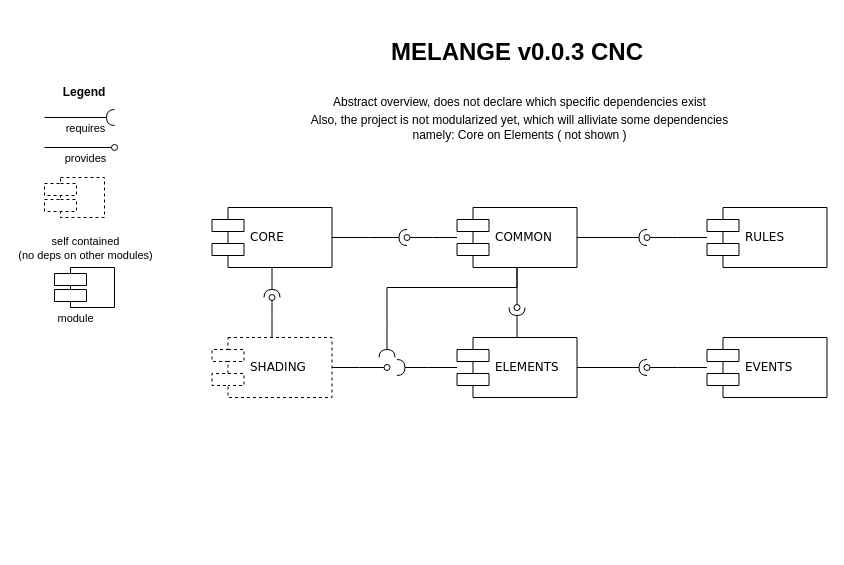
GustavBW/MELANGE keeps this draw.io diagram as documentation/melange-modules-cnc.drawio. Above is the earlier version. Source tidied: cells renumbered, new cells numbered last; positions are measured from the earlier drawing's top-left corner, leaving out a move shared by most shapes. Both pictures are drawn from the tidied source at 100%, with x=0, y=0 at pixel (44, 17).
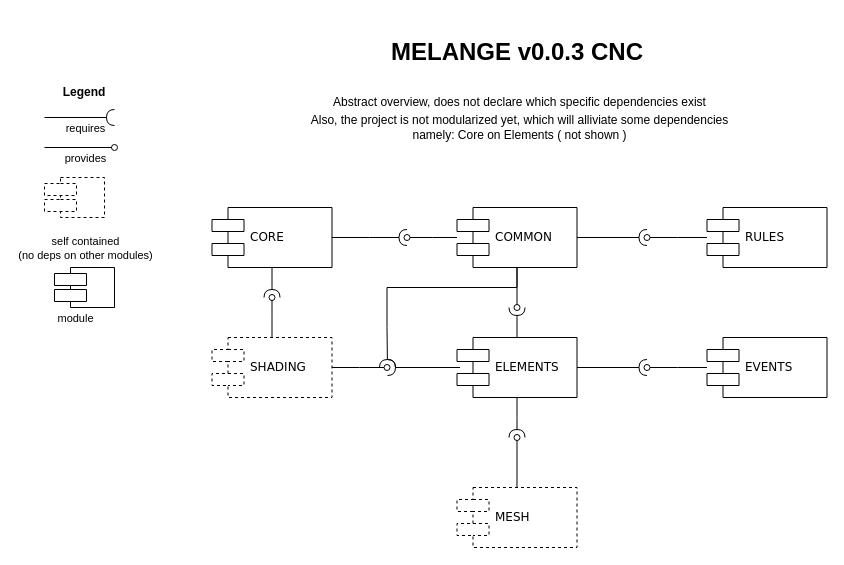
The same page after the edit.

The change refers to these unchanged cells:
```xml
<mxCell id="11" value="COMMON" style="shape=component;align=left;spacingLeft=36;rounded=0;shadow=0;comic=0;labelBackgroundColor=none;strokeWidth=1;fontFamily=Verdana;fontSize=12;html=1;" parent="1" vertex="1">
  <mxGeometry x="412.5" y="190" width="120" height="60" as="geometry" />
</mxCell>
<mxCell id="15" value="ELEMENTS" style="shape=component;align=left;spacingLeft=36;rounded=0;shadow=0;comic=0;labelBackgroundColor=none;strokeWidth=1;fontFamily=Verdana;fontSize=12;html=1;" parent="1" vertex="1">
  <mxGeometry x="412.5" y="320" width="120" height="60" as="geometry" />
</mxCell>
```

The edit, as a diff of the source:
```diff
@@
     <mxCell id="9" style="edgeStyle=orthogonalEdgeStyle;rounded=0;jettySize=auto;html=1;endArrow=halfCircle;endFill=0;" parent="1" edge="1" source="11">
       <mxGeometry relative="1" as="geometry">
-        <mxPoint x="342.5" y="340" as="targetPoint" />
+        <mxPoint x="343" y="350" as="targetPoint" />
         <Array as="points">
           <mxPoint x="472.5" y="270" />
           <mxPoint x="342.5" y="270" />
           <mxPoint x="342.5" y="310" />
         </Array>
       </mxGeometry>
     </mxCell>
@@
-    <mxCell id="13" style="edgeStyle=orthogonalEdgeStyle;rounded=0;jettySize=auto;html=1;endArrow=halfCircle;endFill=0;" parent="1" edge="1" source="15">
+    <mxCell id="13" style="edgeStyle=orthogonalEdgeStyle;rounded=0;orthogonalLoop=1;jettySize=auto;html=1;endArrow=halfCircle;endFill=0;" parent="1" edge="1">
       <mxGeometry relative="1" as="geometry">
-        <mxPoint x="352.5" y="350" as="targetPoint" />
+        <mxPoint x="415.5" y="350" as="sourcePoint" />
+        <mxPoint x="343" y="350" as="targetPoint" />
       </mxGeometry>
     </mxCell>
@@
+    <mxCell id="33" style="edgeStyle=orthogonalEdgeStyle;rounded=0;jettySize=auto;html=1;endArrow=halfCircle;endFill=0;" parent="1" edge="1" source="15">
+      <mxGeometry relative="1" as="geometry">
+        <mxPoint x="472.5" y="420" as="targetPoint" />
+      </mxGeometry>
+    </mxCell>
@@
+    <mxCell id="34" style="edgeStyle=orthogonalEdgeStyle;rounded=0;jettySize=auto;html=1;endArrow=oval;endFill=0;" parent="1" edge="1" source="35">
+      <mxGeometry relative="1" as="geometry">
+        <mxPoint x="472.5" y="420" as="targetPoint" />
+      </mxGeometry>
+    </mxCell>
+    <mxCell id="35" value="MESH" style="shape=component;align=left;spacingLeft=36;rounded=0;shadow=0;comic=0;labelBackgroundColor=none;strokeWidth=1;fontFamily=Verdana;fontSize=12;html=1;dashed=1;" parent="1" vertex="1">
+      <mxGeometry x="412.5" y="470" width="120" height="60" as="geometry" />
+    </mxCell>
```
